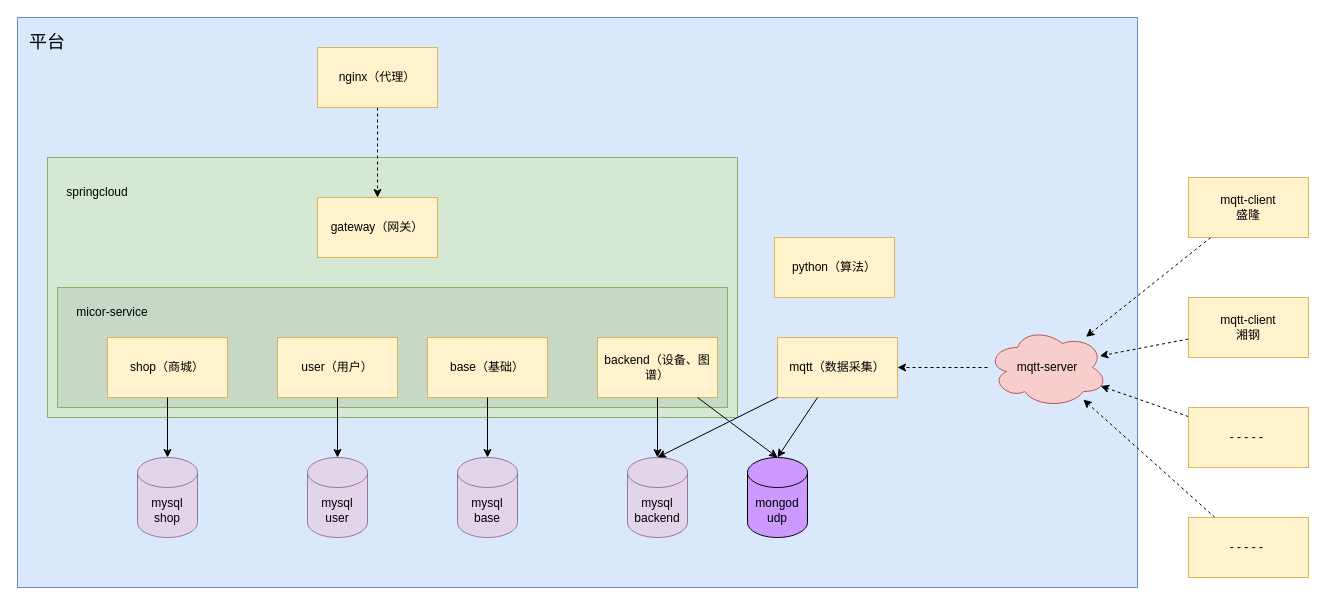
Above: 流程图/Untitled Diagram.drawio in zhuchunfeng/diagram1 (draw.io), before the change. Source tidied: cells renumbered, new cells numbered last; positions are measured from the earlier drawing's top-left corner, leaving out a move shared by most shapes. Both pictures are drawn from the tidied source at 100%, with x=0, y=0 at pixel (17, 17).
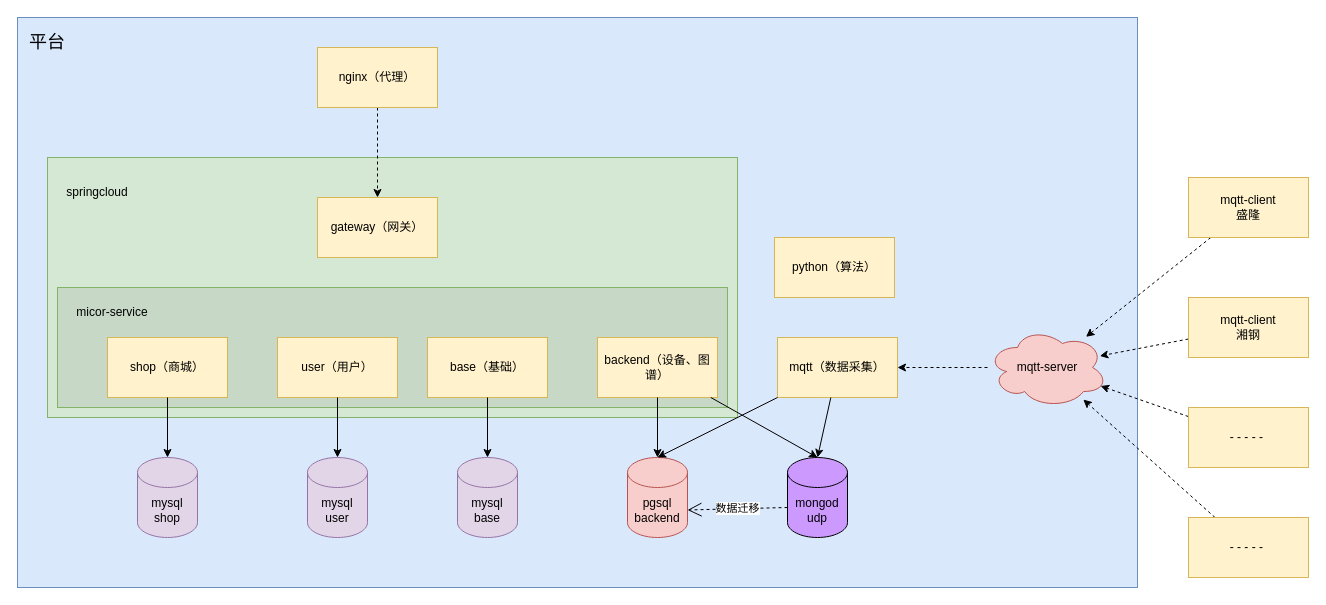
After the change.

What changed in the source:
```diff
@@
-    <mxCell id="9" value="mysql&lt;br&gt;backend" style="shape=cylinder3;whiteSpace=wrap;html=1;boundedLbl=1;backgroundOutline=1;size=15;strokeColor=#9673a6;fillColor=#e1d5e7;fontColor=default;" parent="1" vertex="1">
+    <mxCell id="9" value="pgsql&lt;br&gt;backend" style="shape=cylinder3;whiteSpace=wrap;html=1;boundedLbl=1;backgroundOutline=1;size=15;strokeColor=#b85450;fillColor=#f8cecc;" parent="1" vertex="1">
       <mxGeometry x="610" y="440" width="60" height="80" as="geometry" />
     </mxCell>
     <mxCell id="10" value="mongod&lt;br&gt;udp" style="shape=cylinder3;whiteSpace=wrap;html=1;boundedLbl=1;backgroundOutline=1;size=15;fontColor=default;strokeColor=default;fillColor=#CC99FF;" parent="1" vertex="1">
-      <mxGeometry x="730" y="440" width="60" height="80" as="geometry" />
+      <mxGeometry x="770" y="440" width="60" height="80" as="geometry" />
     </mxCell>
@@
+    <mxCell id="39" value="数据迁移" style="endArrow=open;endSize=12;dashed=1;html=1;rounded=0;entryX=1;entryY=0;entryDx=0;entryDy=52.5;entryPerimeter=0;" parent="1" edge="1" target="9">
+      <mxGeometry relative="1" as="geometry">
+        <mxPoint x="770" y="490" as="sourcePoint" />
+      </mxGeometry>
+    </mxCell>
```
